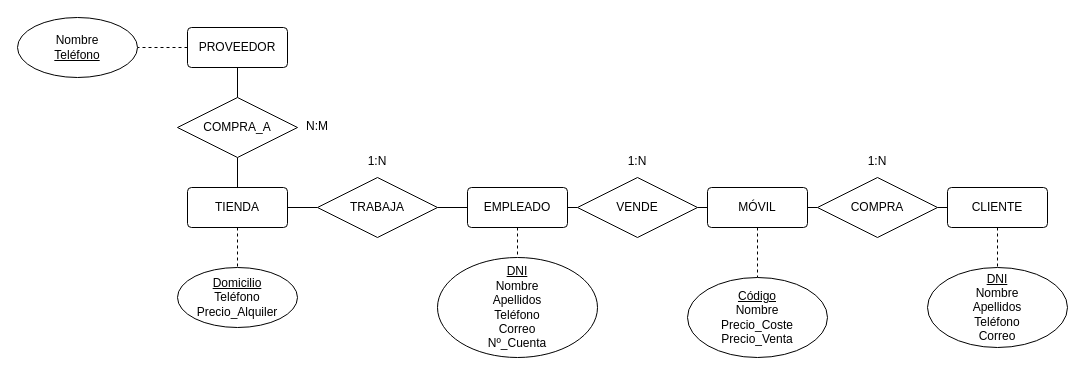
Before: Ejercicio4_Tema1.drawio in antonionavarro04/diagramas, a draw.io diagram. Source tidied: cells renumbered, new cells numbered last; positions are measured from the earlier drawing's top-left corner, leaving out a move shared by most shapes. Both pictures are drawn from the tidied source at 100%, with x=0, y=0 at pixel (17, 17).
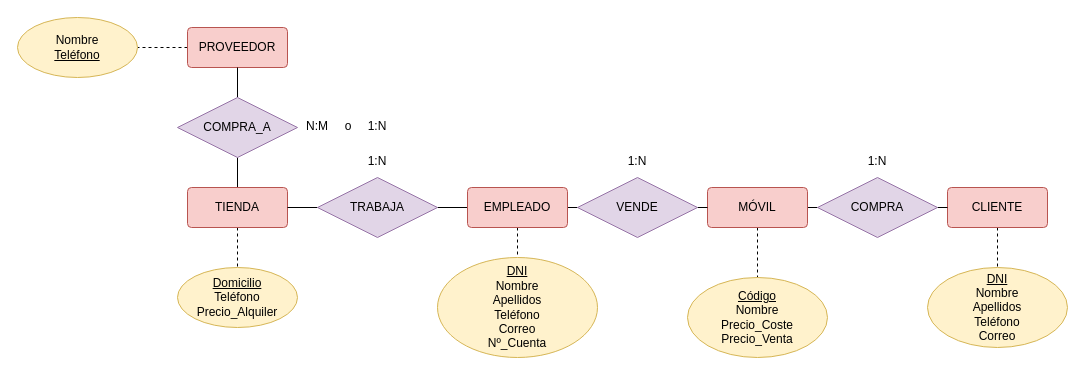
The same page after the edit.

Change to the diagram source:
```diff
@@
-    <mxCell id="5" value="EMPLEADO" style="rounded=1;arcSize=10;whiteSpace=wrap;html=1;align=center;" parent="1" vertex="1">
+    <mxCell id="5" value="EMPLEADO" style="rounded=1;arcSize=10;whiteSpace=wrap;html=1;align=center;fillColor=#f8cecc;strokeColor=#b85450;" parent="1" vertex="1">
       <mxGeometry x="450" y="170" width="100" height="40" as="geometry" />
     </mxCell>
@@
-    <mxCell id="7" value="CLIENTE" style="rounded=1;arcSize=10;whiteSpace=wrap;html=1;align=center;" parent="1" vertex="1">
+    <mxCell id="7" value="CLIENTE" style="rounded=1;arcSize=10;whiteSpace=wrap;html=1;align=center;fillColor=#f8cecc;strokeColor=#b85450;" parent="1" vertex="1">
       <mxGeometry x="930" y="170" width="100" height="40" as="geometry" />
     </mxCell>
@@
-    <mxCell id="10" value="MÓVIL" style="rounded=1;arcSize=10;whiteSpace=wrap;html=1;align=center;" parent="1" vertex="1">
+    <mxCell id="10" value="MÓVIL" style="rounded=1;arcSize=10;whiteSpace=wrap;html=1;align=center;fillColor=#f8cecc;strokeColor=#b85450;" parent="1" vertex="1">
       <mxGeometry x="690" y="170" width="100" height="40" as="geometry" />
     </mxCell>
@@
-    <mxCell id="12" value="PROVEEDOR" style="rounded=1;arcSize=10;whiteSpace=wrap;html=1;align=center;" parent="1" vertex="1">
+    <mxCell id="12" value="PROVEEDOR" style="rounded=1;arcSize=10;whiteSpace=wrap;html=1;align=center;fillColor=#f8cecc;strokeColor=#b85450;" parent="1" vertex="1">
       <mxGeometry x="170" y="10" width="100" height="40" as="geometry" />
     </mxCell>
@@
-    <mxCell id="15" value="TIENDA" style="rounded=1;arcSize=10;whiteSpace=wrap;html=1;align=center;" parent="1" vertex="1">
+    <mxCell id="15" value="TIENDA" style="rounded=1;arcSize=10;whiteSpace=wrap;html=1;align=center;fillColor=#f8cecc;strokeColor=#b85450;" parent="1" vertex="1">
       <mxGeometry x="170" y="170" width="100" height="40" as="geometry" />
     </mxCell>
-    <mxCell id="16" value="&lt;u&gt;Código&lt;/u&gt;&lt;br&gt;Nombre&lt;br&gt;Precio_Coste&lt;br&gt;Precio_Venta" style="ellipse;whiteSpace=wrap;html=1;align=center;rounded=0;" parent="1" vertex="1">
+    <mxCell id="16" value="&lt;u&gt;Código&lt;/u&gt;&lt;br&gt;Nombre&lt;br&gt;Precio_Coste&lt;br&gt;Precio_Venta" style="ellipse;whiteSpace=wrap;html=1;align=center;rounded=0;fillColor=#fff2cc;strokeColor=#d6b656;" parent="1" vertex="1">
       <mxGeometry x="670" y="260" width="140" height="80" as="geometry" />
     </mxCell>
-    <mxCell id="17" value="&lt;u&gt;Domicilio&lt;/u&gt;&lt;br&gt;Teléfono&lt;br&gt;Precio_Alquiler" style="ellipse;whiteSpace=wrap;html=1;align=center;rounded=0;" parent="1" vertex="1">
+    <mxCell id="17" value="&lt;u&gt;Domicilio&lt;/u&gt;&lt;br&gt;Teléfono&lt;br&gt;Precio_Alquiler" style="ellipse;whiteSpace=wrap;html=1;align=center;rounded=0;fillColor=#fff2cc;strokeColor=#d6b656;" parent="1" vertex="1">
       <mxGeometry x="160" y="250" width="120" height="60" as="geometry" />
     </mxCell>
-    <mxCell id="18" value="Nombre&lt;br&gt;&lt;u&gt;Teléfono&lt;/u&gt;" style="ellipse;whiteSpace=wrap;html=1;align=center;rounded=0;" parent="1" vertex="1">
+    <mxCell id="18" value="Nombre&lt;br&gt;&lt;u&gt;Teléfono&lt;/u&gt;" style="ellipse;whiteSpace=wrap;html=1;align=center;rounded=0;fillColor=#fff2cc;strokeColor=#d6b656;" parent="1" vertex="1">
       <mxGeometry width="120" height="60" as="geometry" />
     </mxCell>
-    <mxCell id="19" value="&lt;u&gt;DNI&lt;/u&gt;&lt;br&gt;Nombre&lt;br&gt;Apellidos&lt;br&gt;Teléfono&lt;br&gt;Correo" style="ellipse;whiteSpace=wrap;html=1;align=center;rounded=0;" parent="1" vertex="1">
+    <mxCell id="19" value="&lt;u&gt;DNI&lt;/u&gt;&lt;br&gt;Nombre&lt;br&gt;Apellidos&lt;br&gt;Teléfono&lt;br&gt;Correo" style="ellipse;whiteSpace=wrap;html=1;align=center;rounded=0;fillColor=#fff2cc;strokeColor=#d6b656;" parent="1" vertex="1">
       <mxGeometry x="910" y="250" width="140" height="80" as="geometry" />
     </mxCell>
-    <mxCell id="20" value="&lt;u&gt;DNI&lt;/u&gt;&lt;br&gt;Nombre&lt;br&gt;Apellidos&lt;br&gt;Teléfono&lt;br&gt;Correo&lt;br&gt;Nº_Cuenta" style="ellipse;whiteSpace=wrap;html=1;align=center;rounded=0;" parent="1" vertex="1">
+    <mxCell id="20" value="&lt;u&gt;DNI&lt;/u&gt;&lt;br&gt;Nombre&lt;br&gt;Apellidos&lt;br&gt;Teléfono&lt;br&gt;Correo&lt;br&gt;Nº_Cuenta" style="ellipse;whiteSpace=wrap;html=1;align=center;rounded=0;fillColor=#fff2cc;strokeColor=#d6b656;" parent="1" vertex="1">
       <mxGeometry x="420" y="240" width="160" height="100" as="geometry" />
     </mxCell>
@@
-    <mxCell id="22" value="COMPRA_A" style="shape=rhombus;perimeter=rhombusPerimeter;whiteSpace=wrap;html=1;align=center;rounded=0;" parent="1" vertex="1">
+    <mxCell id="22" value="COMPRA_A" style="shape=rhombus;perimeter=rhombusPerimeter;whiteSpace=wrap;html=1;align=center;rounded=0;fillColor=#e1d5e7;strokeColor=#9673a6;" parent="1" vertex="1">
       <mxGeometry x="160" y="80" width="120" height="60" as="geometry" />
     </mxCell>
@@
-    <mxCell id="24" value="TRABAJA" style="shape=rhombus;perimeter=rhombusPerimeter;whiteSpace=wrap;html=1;align=center;rounded=0;" parent="1" vertex="1">
+    <mxCell id="24" value="TRABAJA" style="shape=rhombus;perimeter=rhombusPerimeter;whiteSpace=wrap;html=1;align=center;rounded=0;fillColor=#e1d5e7;strokeColor=#9673a6;" parent="1" vertex="1">
       <mxGeometry x="300" y="160" width="120" height="60" as="geometry" />
     </mxCell>
@@
-    <mxCell id="26" value="VENDE" style="shape=rhombus;perimeter=rhombusPerimeter;whiteSpace=wrap;html=1;align=center;rounded=0;" parent="1" vertex="1">
+    <mxCell id="26" value="VENDE" style="shape=rhombus;perimeter=rhombusPerimeter;whiteSpace=wrap;html=1;align=center;rounded=0;fillColor=#e1d5e7;strokeColor=#9673a6;" parent="1" vertex="1">
       <mxGeometry x="560" y="160" width="120" height="60" as="geometry" />
     </mxCell>
@@
-    <mxCell id="28" value="COMPRA" style="shape=rhombus;perimeter=rhombusPerimeter;whiteSpace=wrap;html=1;align=center;rounded=0;" parent="1" vertex="1">
+    <mxCell id="28" value="COMPRA" style="shape=rhombus;perimeter=rhombusPerimeter;whiteSpace=wrap;html=1;align=center;rounded=0;fillColor=#e1d5e7;strokeColor=#9673a6;" parent="1" vertex="1">
       <mxGeometry x="800" y="160" width="120" height="60" as="geometry" />
     </mxCell>
@@
+    <mxCell id="33" value="1:N" style="text;strokeColor=none;fillColor=none;spacingLeft=4;spacingRight=4;overflow=hidden;fontSize=12;rounded=0;align=center;" parent="1" vertex="1">
+      <mxGeometry x="340" y="95" width="40" height="30" as="geometry" />
+    </mxCell>
+    <mxCell id="34" value="o" style="text;html=1;strokeColor=none;fillColor=none;align=center;verticalAlign=middle;whiteSpace=wrap;rounded=0;" parent="1" vertex="1">
+      <mxGeometry x="301" y="94" width="60" height="30" as="geometry" />
+    </mxCell>
```
